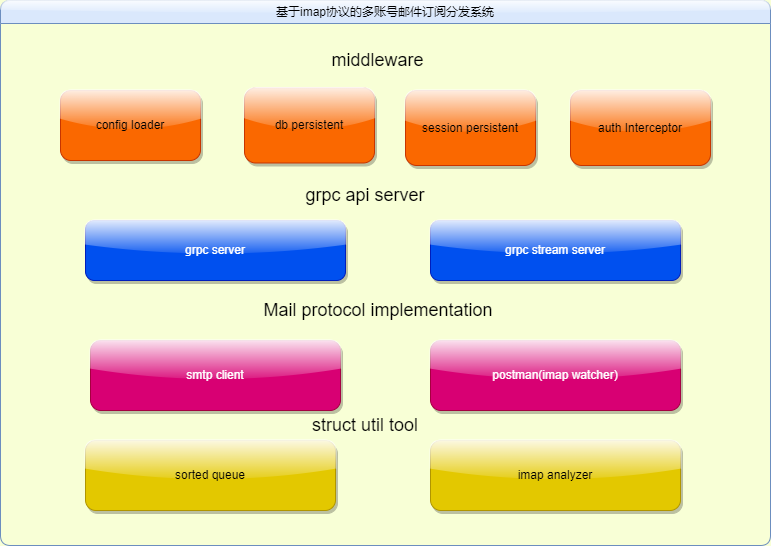
Before: doc/image/系统架构图.png, a diagram exported from draw.io (wujunwei/gomail). Source tidied: cells renumbered, new cells last; positions are measured from the earlier drawing's top-left corner, leaving out a move shared by most shapes.
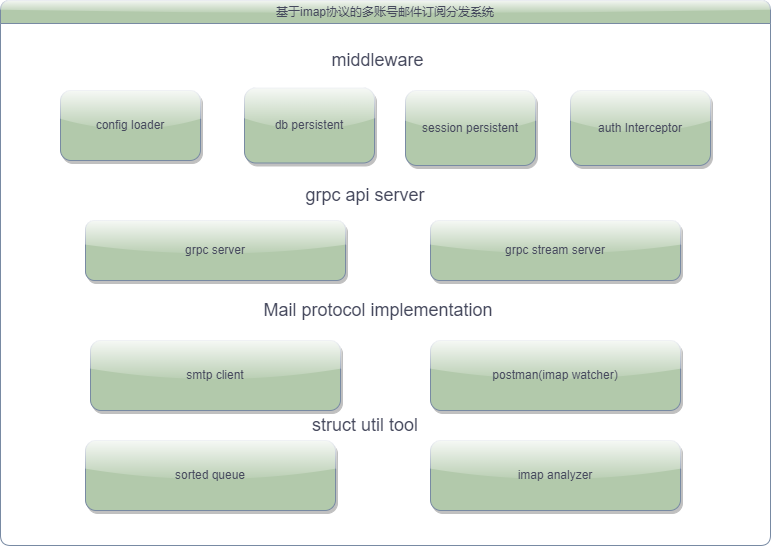
After the commit.

Commit message:
complete `Send`  `Watch` `ListServer` etc. Grpc methods.

What changed in the source:
```diff
@@ -1,50 +1,50 @@
-<mxGraphModel background="#F8FFD6" shadow="1">
+<mxGraphModel shadow="1">
   <root>
     <mxCell id="0" />
     <mxCell id="1" parent="0" />
-    <mxCell id="2" value="&lt;span style=&quot;font-weight: 400; text-align: left;&quot;&gt;基于imap协议的多账号邮件订阅分发系统&lt;/span&gt;" style="swimlane;whiteSpace=wrap;html=1;fillColor=#DAE8FC;strokeColor=#6c8ebf;rounded=1;sketch=0;glass=1;" parent="1" vertex="1">
+    <mxCell id="2" value="&lt;span style=&quot;font-weight: 400; text-align: left;&quot;&gt;基于imap协议的多账号邮件订阅分发系统&lt;/span&gt;" style="swimlane;whiteSpace=wrap;html=1;fillColor=#B2C9AB;strokeColor=#788AA3;rounded=1;sketch=0;glass=1;fontColor=#46495D;" parent="1" vertex="1">
       <mxGeometry width="770" height="545" as="geometry" />
     </mxCell>
-    <mxCell id="3" value="config loader" style="rounded=1;whiteSpace=wrap;html=1;fillColor=#fa6800;strokeColor=#C73500;glass=1;shadow=1;fontColor=#000000;" parent="2" vertex="1">
+    <mxCell id="3" value="config loader" style="rounded=1;whiteSpace=wrap;html=1;fillColor=#B2C9AB;strokeColor=#788AA3;glass=1;shadow=1;fontColor=#46495D;" parent="2" vertex="1">
       <mxGeometry x="60" y="90" width="140" height="70" as="geometry" />
     </mxCell>
-    <mxCell id="4" value="db persistent" style="rounded=1;whiteSpace=wrap;html=1;fillColor=#fa6800;strokeColor=#C73500;sketch=0;shadow=1;glass=1;fontColor=#000000;" parent="2" vertex="1">
+    <mxCell id="4" value="db persistent" style="rounded=1;whiteSpace=wrap;html=1;fillColor=#B2C9AB;strokeColor=#788AA3;sketch=0;shadow=1;glass=1;fontColor=#46495D;" parent="2" vertex="1">
       <mxGeometry x="244" y="87.5" width="130" height="75" as="geometry" />
     </mxCell>
-    <mxCell id="5" value="session persistent" style="rounded=1;whiteSpace=wrap;html=1;fillColor=#fa6800;strokeColor=#C73500;sketch=0;shadow=1;glass=1;fontColor=#000000;" parent="2" vertex="1">
+    <mxCell id="5" value="session persistent" style="rounded=1;whiteSpace=wrap;html=1;fillColor=#B2C9AB;strokeColor=#788AA3;sketch=0;shadow=1;glass=1;fontColor=#46495D;" parent="2" vertex="1">
       <mxGeometry x="405" y="90" width="130" height="75" as="geometry" />
     </mxCell>
-    <mxCell id="6" value="auth Interceptor" style="rounded=1;whiteSpace=wrap;html=1;fillColor=#fa6800;strokeColor=#C73500;sketch=0;shadow=1;glass=1;fontColor=#000000;" parent="2" vertex="1">
+    <mxCell id="6" value="auth Interceptor" style="rounded=1;whiteSpace=wrap;html=1;fillColor=#B2C9AB;strokeColor=#788AA3;sketch=0;shadow=1;glass=1;fontColor=#46495D;" parent="2" vertex="1">
       <mxGeometry x="570" y="90" width="140" height="75" as="geometry" />
     </mxCell>
-    <mxCell id="7" value="grpc stream server" style="rounded=1;whiteSpace=wrap;html=1;shadow=1;glass=1;sketch=0;fillColor=#0050ef;fontColor=#ffffff;strokeColor=#001DBC;" parent="2" vertex="1">
+    <mxCell id="7" value="grpc stream server" style="rounded=1;whiteSpace=wrap;html=1;shadow=1;glass=1;sketch=0;fillColor=#B2C9AB;fontColor=#46495D;strokeColor=#788AA3;" parent="2" vertex="1">
       <mxGeometry x="430" y="220" width="250" height="60" as="geometry" />
     </mxCell>
-    <mxCell id="8" value="grpc server" style="rounded=1;whiteSpace=wrap;html=1;shadow=1;glass=1;sketch=0;fillColor=#0050ef;fontColor=#ffffff;strokeColor=#001DBC;" parent="2" vertex="1">
+    <mxCell id="8" value="grpc server" style="rounded=1;whiteSpace=wrap;html=1;shadow=1;glass=1;sketch=0;fillColor=#B2C9AB;fontColor=#46495D;strokeColor=#788AA3;" parent="2" vertex="1">
       <mxGeometry x="85" y="220" width="260" height="60" as="geometry" />
     </mxCell>
-    <mxCell id="9" value="smtp client" style="rounded=1;whiteSpace=wrap;html=1;fillColor=#d80073;strokeColor=#A50040;glass=1;shadow=1;fontColor=#ffffff;" parent="2" vertex="1">
+    <mxCell id="9" value="smtp client" style="rounded=1;whiteSpace=wrap;html=1;fillColor=#B2C9AB;strokeColor=#788AA3;glass=1;shadow=1;fontColor=#46495D;" parent="2" vertex="1">
       <mxGeometry x="90" y="340" width="250" height="70" as="geometry" />
     </mxCell>
-    <mxCell id="10" value="postman(imap watcher)" style="rounded=1;whiteSpace=wrap;html=1;fillColor=#d80073;strokeColor=#A50040;glass=1;shadow=1;fontColor=#ffffff;" parent="2" vertex="1">
+    <mxCell id="10" value="postman(imap watcher)" style="rounded=1;whiteSpace=wrap;html=1;fillColor=#B2C9AB;strokeColor=#788AA3;glass=1;shadow=1;fontColor=#46495D;" parent="2" vertex="1">
       <mxGeometry x="430" y="340" width="250" height="70" as="geometry" />
     </mxCell>
-    <mxCell id="11" value="sorted queue" style="rounded=1;whiteSpace=wrap;html=1;fillColor=#e3c800;strokeColor=#B09500;glass=1;shadow=1;fontColor=#000000;" parent="2" vertex="1">
+    <mxCell id="11" value="sorted queue" style="rounded=1;whiteSpace=wrap;html=1;fillColor=#B2C9AB;strokeColor=#788AA3;glass=1;shadow=1;fontColor=#46495D;" parent="2" vertex="1">
       <mxGeometry x="85" y="440" width="250" height="70" as="geometry" />
     </mxCell>
-    <mxCell id="12" value="imap&amp;nbsp;analyzer" style="rounded=1;whiteSpace=wrap;html=1;fillColor=#e3c800;strokeColor=#B09500;glass=1;shadow=1;fontColor=#000000;" parent="2" vertex="1">
+    <mxCell id="12" value="imap&amp;nbsp;analyzer" style="rounded=1;whiteSpace=wrap;html=1;fillColor=#B2C9AB;strokeColor=#788AA3;glass=1;shadow=1;fontColor=#46495D;" parent="2" vertex="1">
       <mxGeometry x="430" y="440" width="250" height="70" as="geometry" />
     </mxCell>
-    <mxCell id="13" value="&lt;font style=&quot;font-size: 18px;&quot;&gt;struct util tool&lt;/font&gt;" style="text;html=1;strokeColor=none;fillColor=none;align=center;verticalAlign=middle;whiteSpace=wrap;rounded=0;shadow=1;glass=1;sketch=0;" parent="2" vertex="1">
+    <mxCell id="13" value="&lt;font style=&quot;font-size: 18px;&quot;&gt;struct util tool&lt;/font&gt;" style="text;html=1;strokeColor=none;fillColor=none;align=center;verticalAlign=middle;whiteSpace=wrap;rounded=0;shadow=1;glass=1;sketch=0;fontColor=#46495D;" parent="2" vertex="1">
       <mxGeometry x="295" y="410" width="140" height="30" as="geometry" />
     </mxCell>
-    <mxCell id="14" value="Mail protocol implementation" style="text;html=1;strokeColor=none;fillColor=none;align=center;verticalAlign=middle;whiteSpace=wrap;rounded=0;shadow=1;glass=1;sketch=0;fontSize=18;" parent="2" vertex="1">
+    <mxCell id="14" value="Mail protocol implementation" style="text;html=1;strokeColor=none;fillColor=none;align=center;verticalAlign=middle;whiteSpace=wrap;rounded=0;shadow=1;glass=1;sketch=0;fontSize=18;fontColor=#46495D;" parent="2" vertex="1">
       <mxGeometry x="222.5" y="295" width="310" height="30" as="geometry" />
     </mxCell>
-    <mxCell id="15" value="grpc api server" style="text;html=1;strokeColor=none;fillColor=none;align=center;verticalAlign=middle;whiteSpace=wrap;rounded=0;shadow=1;glass=1;sketch=0;fontSize=18;" parent="2" vertex="1">
+    <mxCell id="15" value="grpc api server" style="text;html=1;strokeColor=none;fillColor=none;align=center;verticalAlign=middle;whiteSpace=wrap;rounded=0;shadow=1;glass=1;sketch=0;fontSize=18;fontColor=#46495D;" parent="2" vertex="1">
       <mxGeometry x="210" y="180" width="310" height="30" as="geometry" />
     </mxCell>
-    <mxCell id="16" value="middleware" style="text;html=1;strokeColor=none;fillColor=none;align=center;verticalAlign=middle;whiteSpace=wrap;rounded=0;shadow=1;glass=1;sketch=0;fontSize=18;" parent="2" vertex="1">
+    <mxCell id="16" value="middleware" style="text;html=1;strokeColor=none;fillColor=none;align=center;verticalAlign=middle;whiteSpace=wrap;rounded=0;shadow=1;glass=1;sketch=0;fontSize=18;fontColor=#46495D;" parent="2" vertex="1">
       <mxGeometry x="275" y="45" width="205" height="30" as="geometry" />
     </mxCell>
   </root>
```
